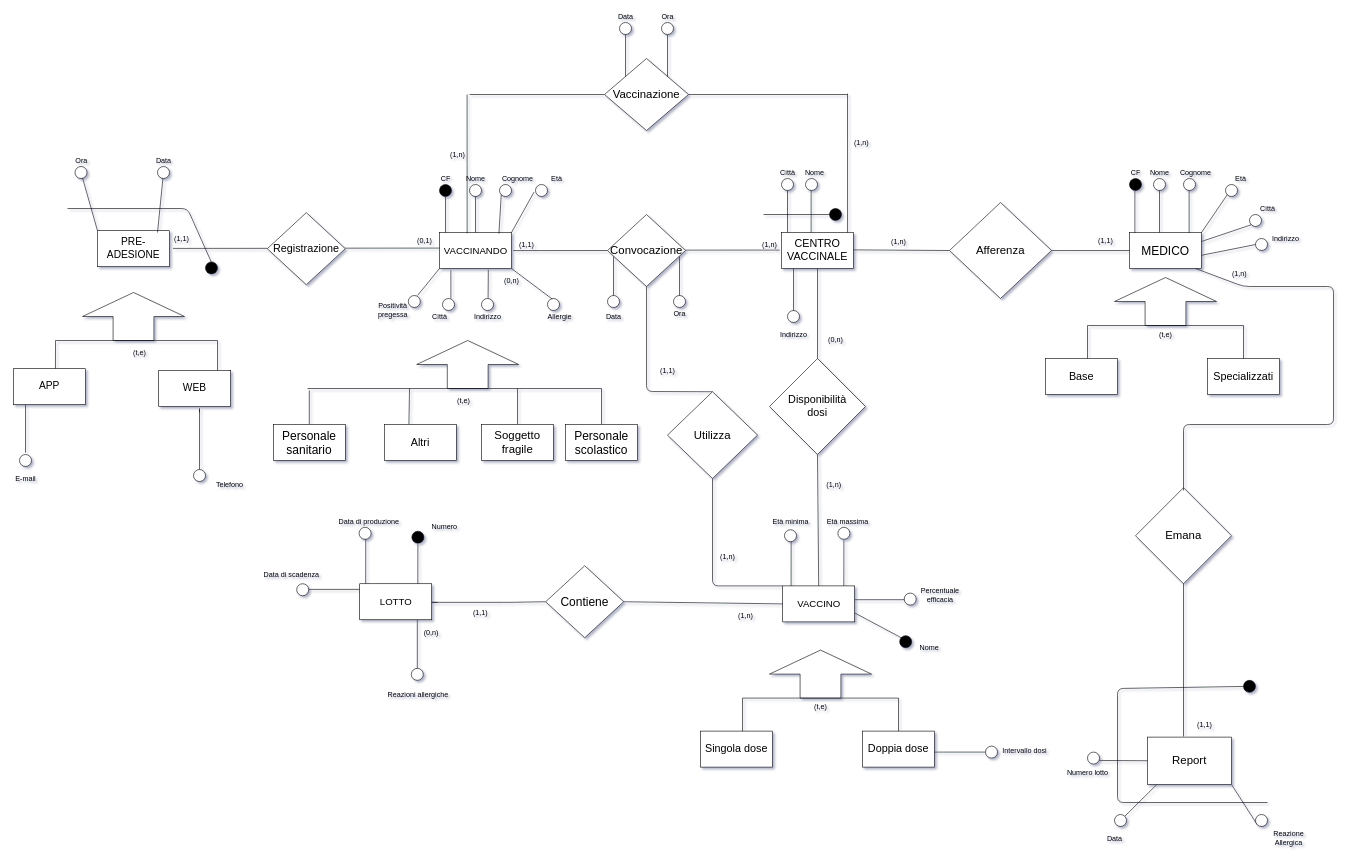
The draw.io diagram bd/Schema E/ERconcettuale.drawio in shaggyishere/VaccineDatabase, before the edit. Source tidied: cells renumbered, new cells numbered last; positions are measured from the earlier drawing's top-left corner, leaving out a move shared by most shapes. Both pictures are drawn from the tidied source at 60%, with x=0, y=0 at pixel (10, 10).
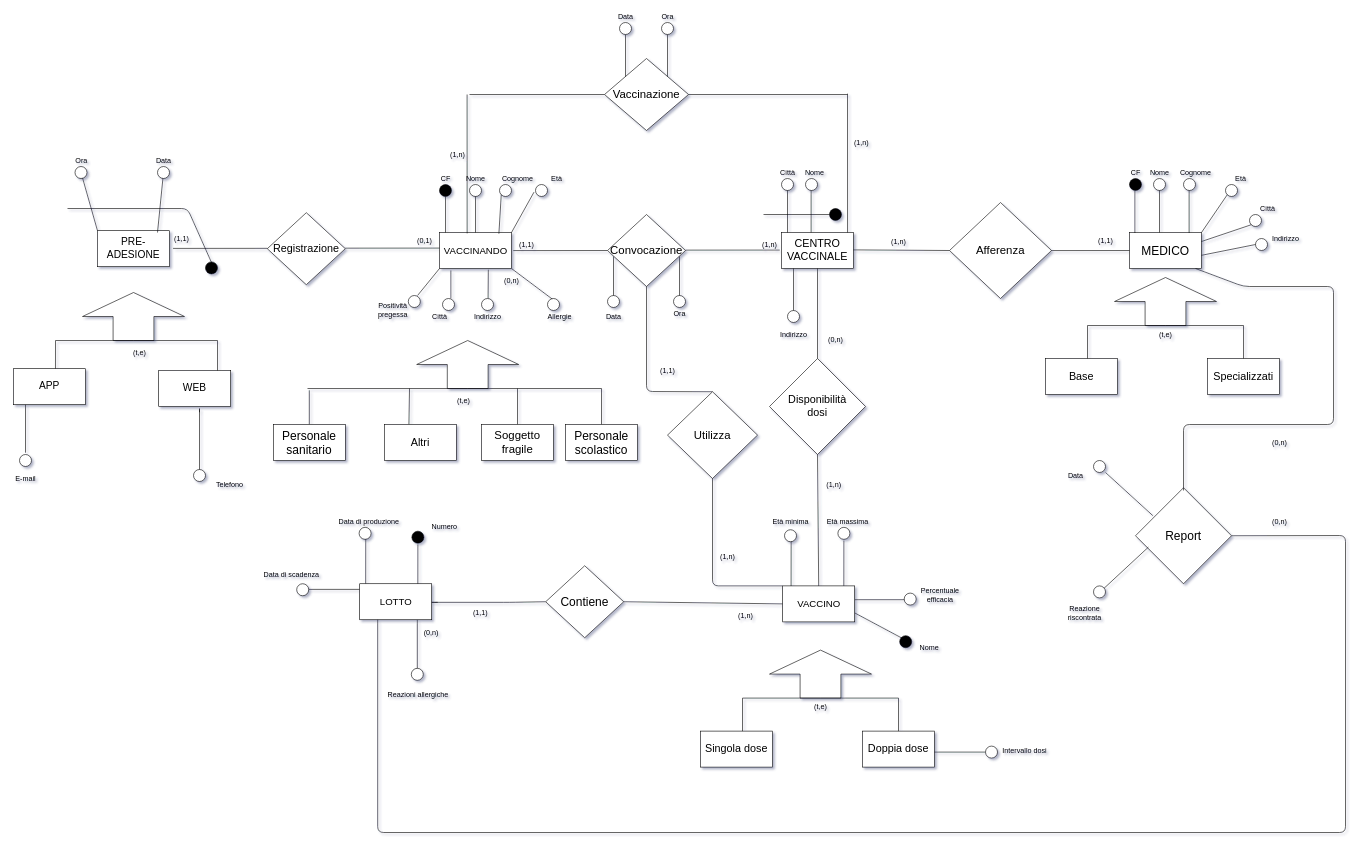
After the change.

Commit message:
Sistemato REPORT (trasformato in associazione)

The change refers to these unchanged cells:
```xml
<mxCell id="138" style="rounded=0;whiteSpace=wrap;html=1;" parent="1" vertex="1">
  <mxGeometry x="582" y="955.4" width="120" height="60" as="geometry" />
</mxCell>
```

The edit, as a diff of the source:
```diff
@@
-    <mxCell id="182" value="&lt;font style=&quot;font-size: 19px&quot;&gt;Emana&lt;/font&gt;" style="rhombus;whiteSpace=wrap;html=1;strokeWidth=1;fillColor=#FFFFFF;" parent="1" vertex="1">
+    <mxCell id="182" value="&lt;font style=&quot;font-size: 20px&quot;&gt;Report&lt;/font&gt;" style="rhombus;whiteSpace=wrap;html=1;strokeWidth=1;fillColor=#FFFFFF;" parent="1" vertex="1">
       <mxGeometry x="1875" y="795.4" width="160" height="160" as="geometry" />
     </mxCell>
-    <mxCell id="183" style="endArrow=none;html=1;entryX=0.11;entryY=1.002;entryDx=0;entryDy=0;entryPerimeter=0;" parent="1" edge="1" source="184" target="191">
-      <mxGeometry relative="1" as="geometry" />
-    </mxCell>
-    <mxCell id="184" style="ellipse;whiteSpace=wrap;html=1;strokeWidth=1;" parent="1" vertex="1">
-      <mxGeometry x="1840" y="1340" width="20" height="20" as="geometry" />
-    </mxCell>
-    <mxCell id="185" style="endArrow=none;html=1;exitX=1;exitY=1;exitDx=0;exitDy=0;entryX=0;entryY=1;entryDx=0;entryDy=0;" parent="1" edge="1" source="191" target="186">
-      <mxGeometry relative="1" as="geometry" />
-    </mxCell>
-    <mxCell id="186" style="ellipse;whiteSpace=wrap;html=1;strokeWidth=1;" parent="1" vertex="1">
-      <mxGeometry x="2075" y="1340" width="20" height="20" as="geometry" />
-    </mxCell>
-    <mxCell id="187" value="Data" style="text;html=1;align=center;verticalAlign=middle;strokeColor=none;" parent="1" vertex="1">
-      <mxGeometry x="1820" y="1370" width="40" height="20" as="geometry" />
-    </mxCell>
-    <mxCell id="188" value="&lt;div&gt;Reazione&lt;/div&gt;&lt;div&gt;Allergica&lt;br&gt;&lt;/div&gt;" style="text;html=1;align=center;verticalAlign=middle;strokeColor=none;" parent="1" vertex="1">
-      <mxGeometry x="2095" y="1365" width="70" height="30" as="geometry" />
-    </mxCell>
@@
-    <mxCell id="190" value="(1,n)" style="text;html=1;align=center;verticalAlign=middle;strokeColor=none;" parent="1" vertex="1">
-      <mxGeometry x="2028" y="429" width="40" height="20" as="geometry" />
+    <mxCell id="190" value="(0,n)" style="text;html=1;align=center;verticalAlign=middle;strokeColor=none;" parent="1" vertex="1">
+      <mxGeometry x="2095" y="710" width="40" height="20" as="geometry" />
     </mxCell>
-    <mxCell id="191" value="&lt;font style=&quot;font-size: 19px&quot;&gt;Report&lt;/font&gt;" style="rounded=0;whiteSpace=wrap;html=1;" parent="1" vertex="1">
-      <mxGeometry x="1895" y="1211" width="140" height="79" as="geometry" />
-    </mxCell>
-    <mxCell id="192" style="endArrow=none;html=1;entryX=0.5;entryY=1;entryDx=0;entryDy=0;" parent="1" edge="1" target="182">
+    <mxCell id="192" style="endArrow=none;html=1;entryX=0.181;entryY=0.291;entryDx=0;entryDy=0;entryPerimeter=0;" parent="1" edge="1" target="182">
       <mxGeometry relative="1" as="geometry">
-        <mxPoint x="1955" y="1210" as="sourcePoint" />
+        <mxPoint x="1825" y="770" as="sourcePoint" />
       </mxGeometry>
     </mxCell>
-    <mxCell id="193" style="endArrow=none;html=1;exitX=1;exitY=0.5;exitDx=0;exitDy=0;" parent="1" edge="1">
-      <mxGeometry relative="1" as="geometry">
-        <mxPoint x="1815" y="1249.9" as="sourcePoint" />
-        <mxPoint x="1895" y="1250.4" as="targetPoint" />
-      </mxGeometry>
-    </mxCell>
-    <mxCell id="194" style="ellipse;whiteSpace=wrap;html=1;strokeWidth=1;" parent="1" vertex="1">
-      <mxGeometry x="1795" y="1236" width="20" height="20" as="geometry" />
-    </mxCell>
-    <mxCell id="195" value="Numero lotto" style="text;html=1;align=center;verticalAlign=middle;strokeColor=none;" parent="1" vertex="1">
-      <mxGeometry x="1755" y="1260" width="80" height="20" as="geometry" />
-    </mxCell>
-    <mxCell id="196" value="(1,1)" style="text;html=1;align=center;verticalAlign=middle;strokeColor=none;" parent="1" vertex="1">
-      <mxGeometry x="1970" y="1181" width="40" height="20" as="geometry" />
-    </mxCell>
-    <mxCell id="197" style="ellipse;whiteSpace=wrap;html=1;strokeWidth=1;fillColor=#000000;" parent="1" vertex="1">
-      <mxGeometry x="2055" y="1116.4" width="20" height="20" as="geometry" />
-    </mxCell>
-    <mxCell id="198" style="endArrow=none;html=1;" parent="1" edge="1" target="197">
-      <mxGeometry relative="1" as="geometry">
-        <mxPoint x="2095" y="1320" as="sourcePoint" />
-        <Array as="points">
-          <mxPoint x="1845" y="1320" />
-          <mxPoint x="1845" y="1130" />
-        </Array>
-      </mxGeometry>
-    </mxCell>
@@
+    <mxCell id="205" style="endArrow=none;html=1;entryX=1;entryY=0.5;entryDx=0;entryDy=0;exitX=0.25;exitY=1;exitDx=0;exitDy=0;" parent="1" edge="1" source="138" target="182">
+      <mxGeometry relative="1" as="geometry">
+        <Array as="points">
+          <mxPoint x="612" y="1370" />
+          <mxPoint x="2225" y="1370" />
+          <mxPoint x="2225" y="875" />
+        </Array>
+      </mxGeometry>
+    </mxCell>
+    <mxCell id="206" style="ellipse;whiteSpace=wrap;html=1;strokeWidth=1;" parent="1" vertex="1">
+      <mxGeometry x="1805" y="750" width="20" height="20" as="geometry" />
+    </mxCell>
+    <mxCell id="187" value="Data" style="text;html=1;align=center;verticalAlign=middle;strokeColor=none;" parent="1" vertex="1">
+      <mxGeometry x="1755" y="765" width="40" height="20" as="geometry" />
+    </mxCell>
+    <mxCell id="207" style="endArrow=none;html=1;entryX=0.134;entryY=0.619;entryDx=0;entryDy=0;entryPerimeter=0;" parent="1" edge="1" target="182">
+      <mxGeometry relative="1" as="geometry">
+        <mxPoint x="1815" y="970" as="sourcePoint" />
+      </mxGeometry>
+    </mxCell>
+    <mxCell id="208" style="ellipse;whiteSpace=wrap;html=1;strokeWidth=1;" parent="1" vertex="1">
+      <mxGeometry x="1805" y="959" width="20" height="20" as="geometry" />
+    </mxCell>
+    <mxCell id="209" value="&lt;div&gt;Reazione&lt;/div&gt;&lt;div&gt;riscontrata&lt;br&gt;&lt;/div&gt;" style="text;html=1;align=center;verticalAlign=middle;strokeColor=none;" parent="1" vertex="1">
+      <mxGeometry x="1755" y="989" width="70" height="30" as="geometry" />
+    </mxCell>
+    <mxCell id="210" value="(0,n)" style="text;html=1;align=center;verticalAlign=middle;strokeColor=none;" parent="1" vertex="1">
+      <mxGeometry x="2095" y="842.4" width="40" height="20" as="geometry" />
+    </mxCell>
```
